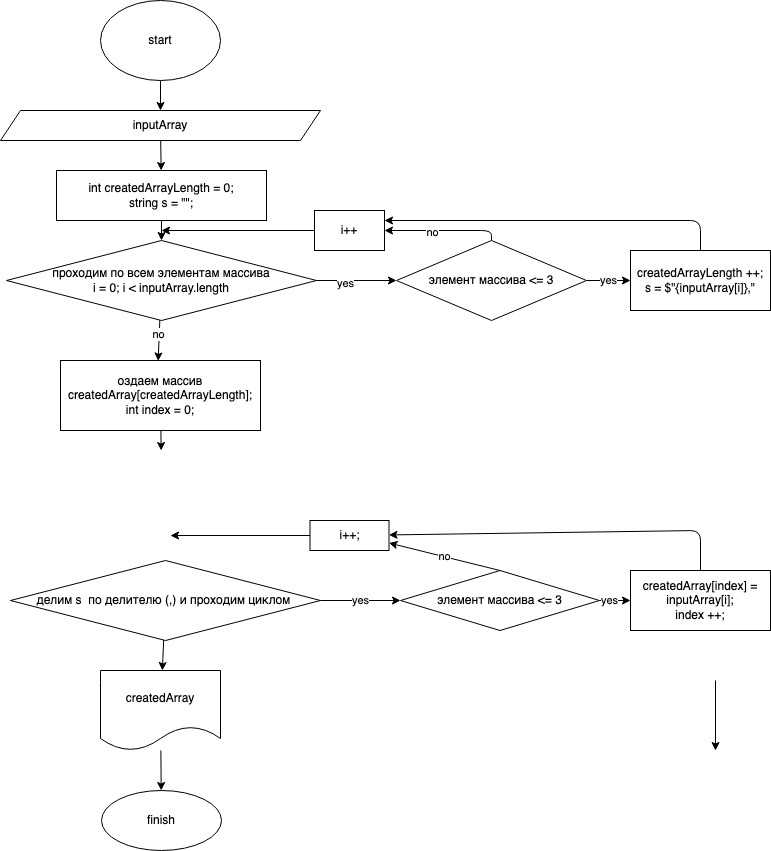
Above: finalTest.drawio.png in AlexanderRostovshchikov/final_test_work_first_quarter (draw.io), before the change. Source tidied: cells renumbered, new cells last; positions are measured from the earlier drawing's top-left corner, leaving out a move shared by most shapes.
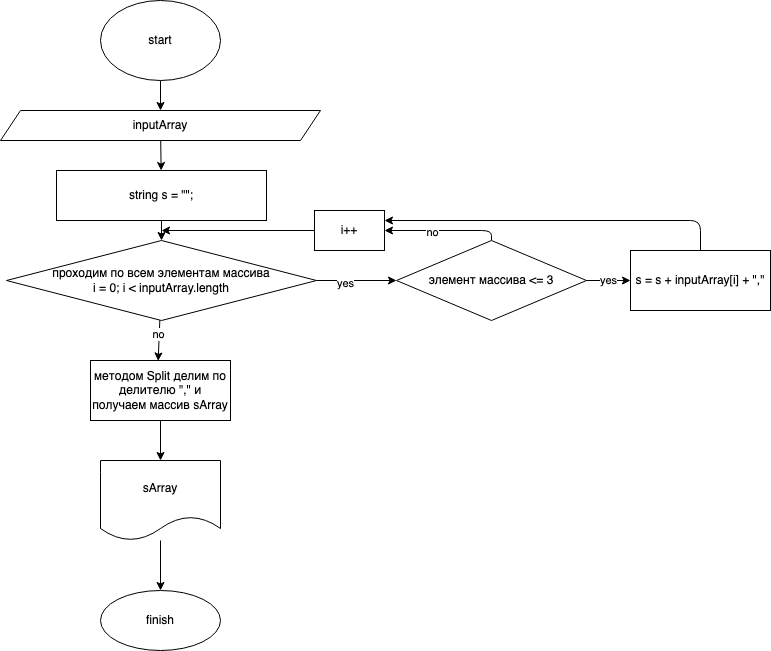
The same diagram one commit later.

Commit message:
изменил и усовершенствовал логику

Diff of the diagram source:
```diff
@@ -17,7 +17,7 @@
     <mxCell id="6" style="edgeStyle=none;html=1;" parent="1" edge="1" source="7" target="12">
       <mxGeometry relative="1" as="geometry" />
     </mxCell>
-    <mxCell id="7" value="int createdArrayLength = 0;&lt;br&gt;string s = &quot;&quot;;" style="whiteSpace=wrap;html=1;" parent="1" vertex="1">
+    <mxCell id="7" value="string s = &quot;&quot;;" style="whiteSpace=wrap;html=1;" parent="1" vertex="1">
       <mxGeometry x="56" y="170" width="210" height="50" as="geometry" />
     </mxCell>
     <mxCell id="8" style="edgeStyle=none;html=1;" parent="1" edge="1" source="12" target="16">
@@ -70,70 +70,23 @@
         </Array>
       </mxGeometry>
     </mxCell>
-    <mxCell id="20" value="createdArrayLength ++;&lt;br&gt;s = $&quot;{inputArray[i]},&quot;" style="rounded=0;whiteSpace=wrap;html=1;" parent="1" vertex="1">
+    <mxCell id="20" value="s = s + inputArray[i] + &quot;,&quot;" style="rounded=0;whiteSpace=wrap;html=1;" parent="1" vertex="1">
       <mxGeometry x="630" y="250" width="140" height="60" as="geometry" />
     </mxCell>
-    <mxCell id="21" style="edgeStyle=none;html=1;" parent="1" edge="1" source="22">
-      <mxGeometry relative="1" as="geometry">
-        <mxPoint x="160.6" y="450" as="targetPoint" />
-      </mxGeometry>
-    </mxCell>
-    <mxCell id="22" value="оздаем массив createdArray[createdArrayLength];&lt;br&gt;int index = 0;" style="rounded=0;whiteSpace=wrap;html=1;" parent="1" vertex="1">
-      <mxGeometry x="60" y="360" width="200" height="70" as="geometry" />
-    </mxCell>
-    <mxCell id="23" value="yes" style="edgeStyle=none;html=1;entryX=0;entryY=0.5;entryDx=0;entryDy=0;exitX=1;exitY=0.5;exitDx=0;exitDy=0;" parent="1" edge="1" source="25" target="29">
-      <mxGeometry relative="1" as="geometry" />
-    </mxCell>
-    <mxCell id="24" style="edgeStyle=none;html=1;" parent="1" edge="1" source="25" target="35">
-      <mxGeometry relative="1" as="geometry" />
-    </mxCell>
-    <mxCell id="25" value="делим s&amp;nbsp; по делителю (,) и проходим циклом&amp;nbsp;" style="rhombus;whiteSpace=wrap;html=1;" parent="1" vertex="1">
-      <mxGeometry x="10" y="560" width="310" height="80" as="geometry" />
-    </mxCell>
-    <mxCell id="26" style="edgeStyle=none;html=1;" parent="1" edge="1" source="29" target="31">
-      <mxGeometry relative="1" as="geometry" />
-    </mxCell>
-    <mxCell id="27" value="yes" style="edgeLabel;html=1;align=center;verticalAlign=middle;" parent="26" vertex="1">
-      <mxGeometry x="-0.41" y="1" relative="1" as="geometry" />
-    </mxCell>
-    <mxCell id="28" value="no" style="edgeStyle=none;html=1;exitX=0.5;exitY=0;exitDx=0;exitDy=0;entryX=1;entryY=0.75;entryDx=0;entryDy=0;" parent="1" edge="1" source="29" target="33">
-      <mxGeometry relative="1" as="geometry" />
-    </mxCell>
-    <mxCell id="29" value="&lt;span&gt;элемент массива &amp;lt;= 3&lt;/span&gt;" style="rhombus;whiteSpace=wrap;html=1;" parent="1" vertex="1">
-      <mxGeometry x="400" y="570" width="199" height="60" as="geometry" />
-    </mxCell>
-    <mxCell id="30" style="edgeStyle=none;html=1;" parent="1" edge="1" source="31" target="33">
-      <mxGeometry relative="1" as="geometry">
-        <Array as="points">
-          <mxPoint x="700" y="530" />
-        </Array>
-      </mxGeometry>
-    </mxCell>
-    <mxCell id="31" value="createdArray[index] = inputArray[i];&lt;br&gt;index ++;" style="whiteSpace=wrap;html=1;" parent="1" vertex="1">
-      <mxGeometry x="630" y="570" width="140" height="60" as="geometry" />
-    </mxCell>
-    <mxCell id="32" style="edgeStyle=none;html=1;" parent="1" edge="1" source="33">
-      <mxGeometry relative="1" as="geometry">
-        <mxPoint x="170" y="535" as="targetPoint" />
-      </mxGeometry>
-    </mxCell>
-    <mxCell id="33" value="i++;" style="rounded=0;whiteSpace=wrap;html=1;" parent="1" vertex="1">
-      <mxGeometry x="309.5" y="520" width="79" height="30" as="geometry" />
-    </mxCell>
-    <mxCell id="34" style="edgeStyle=none;html=1;" parent="1" edge="1" source="35" target="36">
-      <mxGeometry relative="1" as="geometry" />
-    </mxCell>
-    <mxCell id="35" value="createdArray" style="shape=document;whiteSpace=wrap;html=1;boundedLbl=1;" parent="1" vertex="1">
-      <mxGeometry x="100" y="670" width="120" height="80" as="geometry" />
-    </mxCell>
     <mxCell id="36" value="finish" style="ellipse;whiteSpace=wrap;html=1;" parent="1" vertex="1">
-      <mxGeometry x="101" y="790" width="120" height="60" as="geometry" />
+      <mxGeometry x="100" y="590" width="120" height="60" as="geometry" />
     </mxCell>
-    <mxCell id="37" style="edgeStyle=none;html=1;" parent="1" edge="1">
-      <mxGeometry relative="1" as="geometry">
-        <mxPoint x="715" y="680" as="sourcePoint" />
-        <mxPoint x="715" y="750" as="targetPoint" />
-      </mxGeometry>
-    </mxCell>
+    <mxCell id="38" style="edgeStyle=none;html=1;" parent="1" edge="1" source="39" target="41">
+      <mxGeometry relative="1" as="geometry" />
+    </mxCell>
+    <mxCell id="39" value="методом Split делим по делителю &quot;,&quot; и получаем массив sArray" style="rounded=0;whiteSpace=wrap;html=1;" parent="1" vertex="1">
+      <mxGeometry x="90" y="360" width="140" height="60" as="geometry" />
+    </mxCell>
+    <mxCell id="40" style="edgeStyle=none;html=1;" parent="1" edge="1" source="41" target="36">
+      <mxGeometry relative="1" as="geometry" />
+    </mxCell>
+    <mxCell id="41" value="sArray" style="shape=document;whiteSpace=wrap;html=1;boundedLbl=1;rounded=0;" parent="1" vertex="1">
+      <mxGeometry x="100" y="460" width="120" height="80" as="geometry" />
+    </mxCell>
   </root>
 </mxGraphModel>
```
